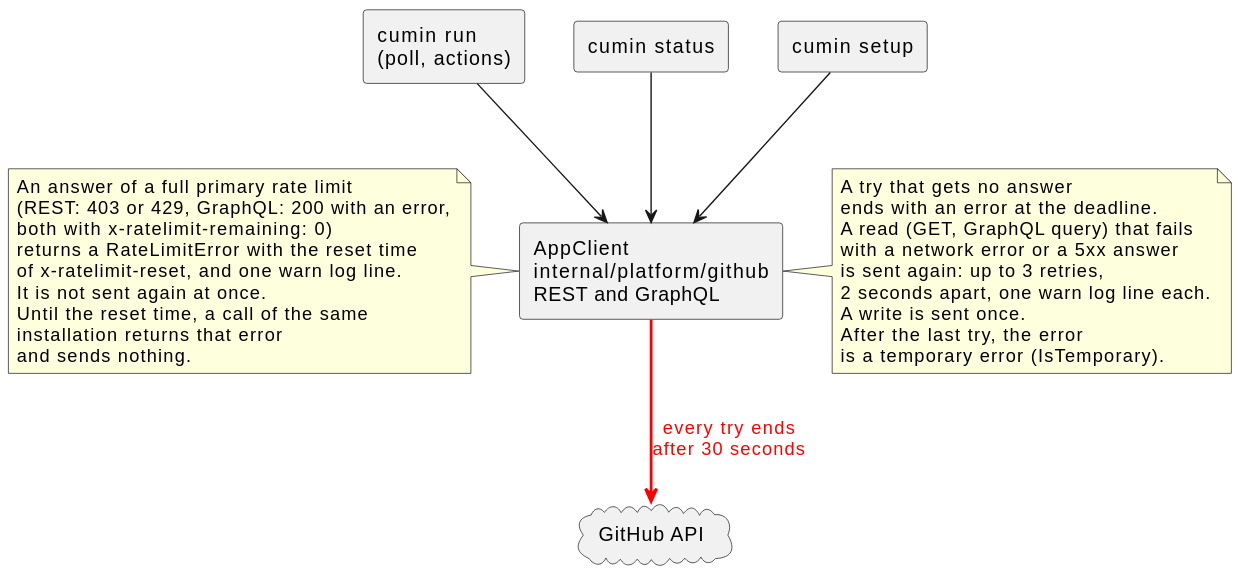
Earlier version of the PlantUML export docs/ja/designs/github-call-deadline.svg (cloveclovedev/cumin-works).
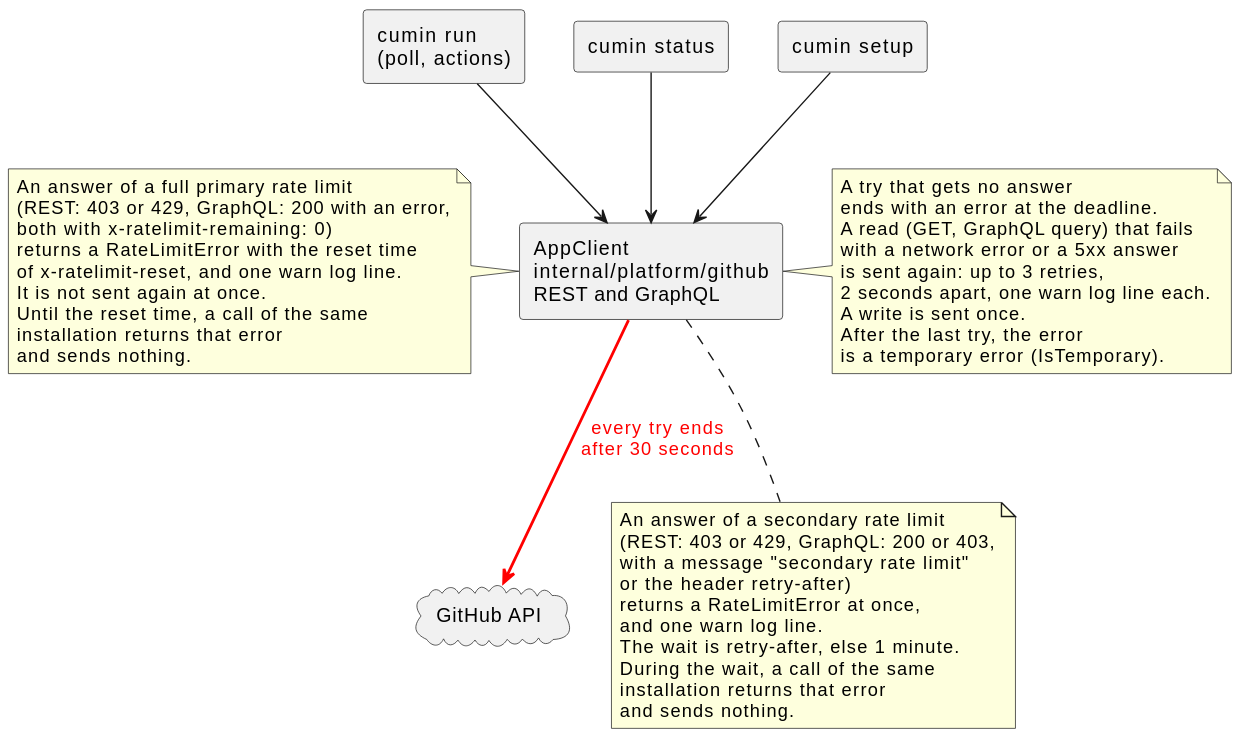
The same file after the commit.

Commit message:
feat(github): send no call during a secondary rate limit (#471)

What changed in the source:
```diff
@@ -36,4 +36,17 @@
   installation returns that error
   and sends nothing.
 end note
+
+note bottom of client
+  An answer of a secondary rate limit
+  (REST: 403 or 429, GraphQL: 200 or 403,
+  with a message "secondary rate limit"
+  or the header retry-after)
+  returns a RateLimitError at once,
+  and one warn log line.
+  The wait is retry-after, else 1 minute.
+  During the wait, a call of the same
+  installation returns that error
+  and sends nothing.
+end note
 @enduml
```
